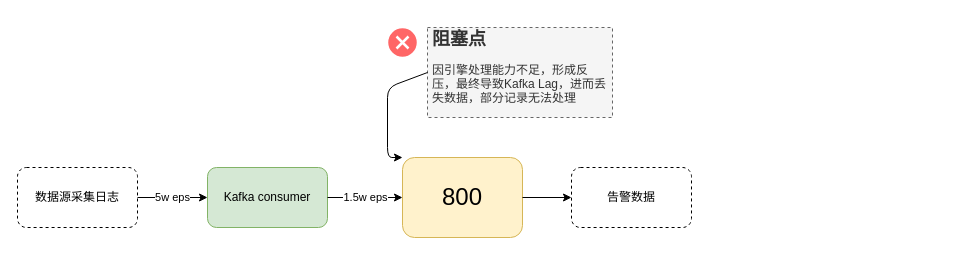
The draw.io diagram Untitled Diagram.drawio in popvlovs/popvlovs-repository, before the edit. Source tidied: cells renumbered, new cells numbered last; positions are measured from the earlier drawing's top-left corner, leaving out a move shared by most shapes. Both pictures are drawn from the tidied source at 100%, with x=0, y=0 at pixel (17, 27).
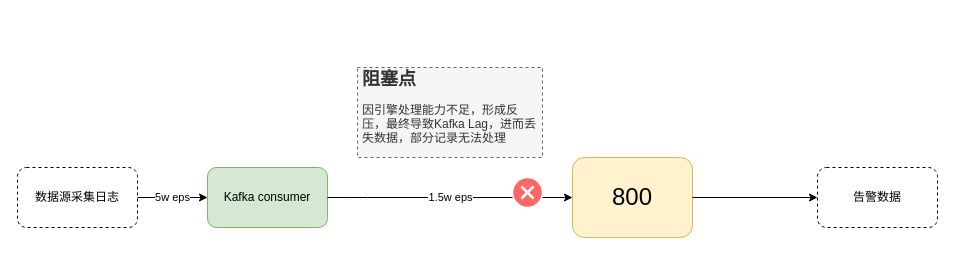
Above is the later version.

The edit, as a diff of the source:
```diff
@@
 <mxGraphModel>
   <root>
     <mxCell id="0" />
     <mxCell id="1" parent="0" />
     <mxCell id="2" value="Kafka consumer" style="rounded=1;whiteSpace=wrap;html=1;fillColor=#d5e8d4;strokeColor=#82b366;" parent="1" vertex="1">
       <mxGeometry x="190" y="140" width="120" height="60" as="geometry" />
     </mxCell>
     <mxCell id="3" value="&lt;font style=&quot;font-size: 24px&quot;&gt;800&lt;/font&gt;" style="rounded=1;whiteSpace=wrap;html=1;fillColor=#fff2cc;strokeColor=#d6b656;" parent="1" vertex="1">
-      <mxGeometry x="385" y="130" width="120" height="80" as="geometry" />
+      <mxGeometry x="555" y="130" width="120" height="80" as="geometry" />
     </mxCell>
     <mxCell id="4" value="1.5w eps" style="endArrow=classic;html=1;exitX=1;exitY=0.5;exitDx=0;exitDy=0;entryX=0;entryY=0.5;entryDx=0;entryDy=0;" parent="1" edge="1" source="2" target="3">
       <mxGeometry relative="1" as="geometry">
         <Array as="points">
           <mxPoint x="340" y="170" />
         </Array>
       </mxGeometry>
     </mxCell>
     <mxCell id="5" value="数据源采集日志" style="rounded=1;whiteSpace=wrap;html=1;dashed=1;" parent="1" vertex="1">
       <mxGeometry y="140" width="120" height="60" as="geometry" />
     </mxCell>
     <mxCell id="6" value="告警数据" style="rounded=1;whiteSpace=wrap;html=1;dashed=1;" parent="1" vertex="1">
-      <mxGeometry x="554" y="140" width="120" height="60" as="geometry" />
+      <mxGeometry x="800" y="140" width="120" height="60" as="geometry" />
     </mxCell>
     <mxCell id="7" style="endArrow=classic;html=1;exitX=1;exitY=0.5;exitDx=0;exitDy=0;entryX=0;entryY=0.5;entryDx=0;entryDy=0;" parent="1" edge="1" source="3" target="6">
       <mxGeometry relative="1" as="geometry" />
     </mxCell>
     <mxCell id="8" value="&lt;h1 style=&quot;font-size: 18px&quot;&gt;&lt;font style=&quot;font-size: 18px&quot;&gt;阻塞点&lt;/font&gt;&lt;/h1&gt;&lt;p&gt;&lt;font style=&quot;font-size: 12px&quot;&gt;因引擎处理能力不足，形成反压，最终导致Kafka Lag，进而丢失数据，部分记录无法处理&lt;/font&gt;&lt;/p&gt;" style="text;html=1;strokeColor=#666666;fillColor=#f5f5f5;spacing=5;spacingTop=-20;whiteSpace=wrap;overflow=hidden;rounded=0;dashed=1;fontColor=#333333;" parent="1" vertex="1">
-      <mxGeometry x="410" width="185" height="90" as="geometry" />
+      <mxGeometry x="340" y="40" width="185" height="90" as="geometry" />
     </mxCell>
-    <mxCell id="9" style="endArrow=classic;html=1;exitX=0;exitY=0.5;exitDx=0;exitDy=0;entryX=0;entryY=0;entryDx=0;entryDy=0;" parent="1" edge="1" source="8" target="3">
-      <mxGeometry relative="1" as="geometry">
-        <Array as="points">
-          <mxPoint x="370" y="60" />
-          <mxPoint x="370" y="130" />
-        </Array>
-      </mxGeometry>
-    </mxCell>
     <mxCell id="10" value="5w eps" style="endArrow=classic;html=1;exitX=1;exitY=0.5;exitDx=0;exitDy=0;entryX=0;entryY=0.5;entryDx=0;entryDy=0;" parent="1" edge="1" source="5" target="2">
       <mxGeometry relative="1" as="geometry" />
     </mxCell>
     <mxCell id="11" style="verticalLabelPosition=bottom;verticalAlign=top;html=1;shadow=0;dashed=0;strokeWidth=1;shape=mxgraph.ios.iDeleteApp;fillColor2=#FF6666;strokeColor=#ffffff;fillColor=#FF6666;" parent="1" vertex="1">
-      <mxGeometry x="370" width="30" height="30" as="geometry" />
+      <mxGeometry x="495" y="150" width="30" height="30" as="geometry" />
     </mxCell>
   </root>
 </mxGraphModel>
```
